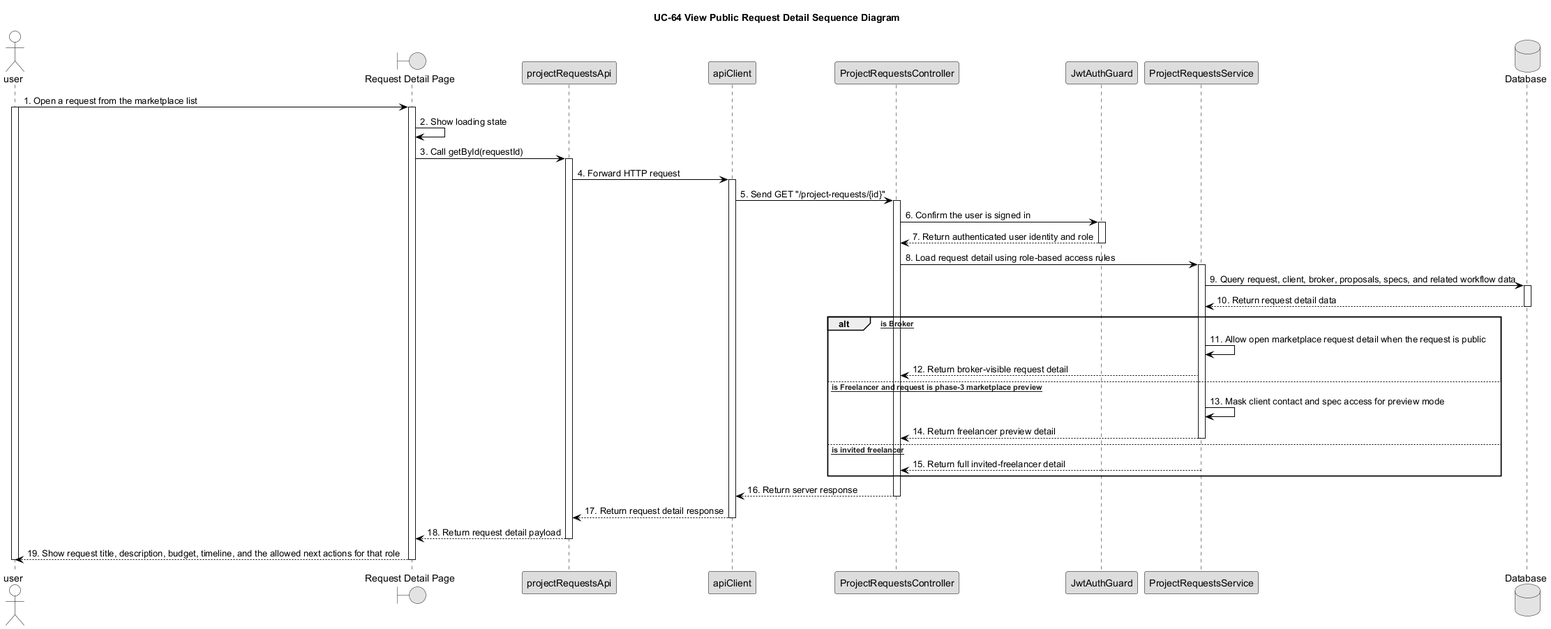
This is diagram/sequence/UC64_View_Public_Request_Detail_Sequence_Diagram.png from bangdcce/SEP492-Project, a PlantUML export, as it was before one commit.
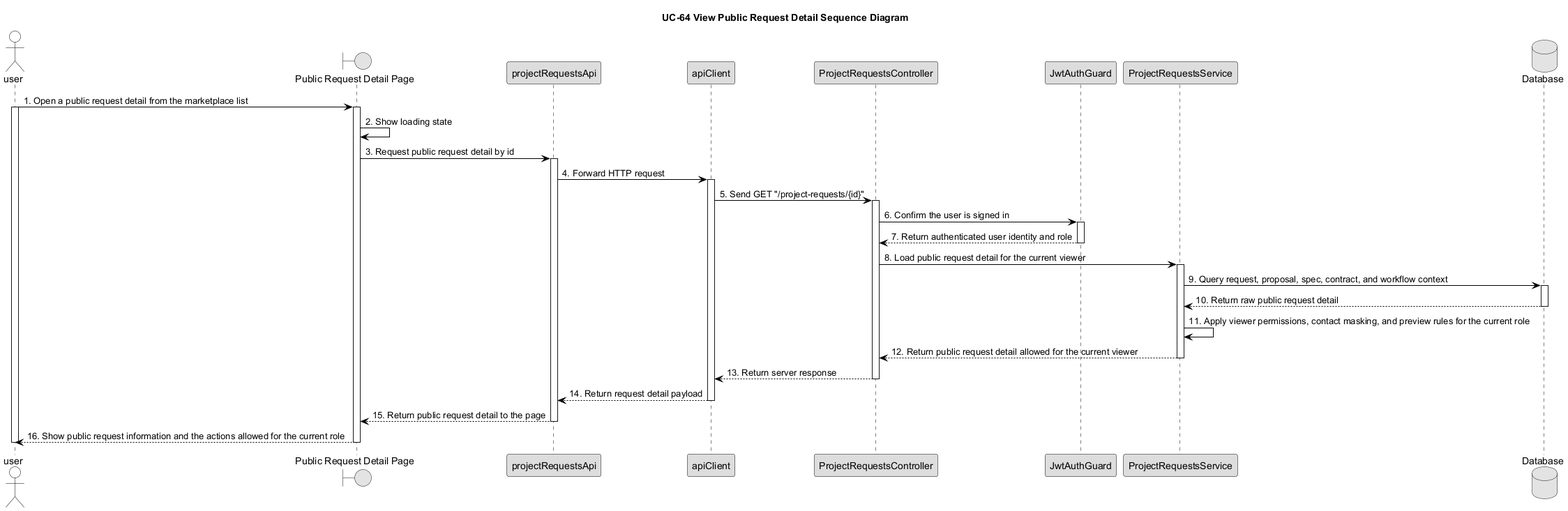
After the commit.

What changed in the source:
```diff
@@ -4,11 +4,7 @@
 
 skinparam monochrome true
 
-
-
 skinparam defaultFontColor Black
-
-
 
 skinparam shadowing false
 
@@ -16,61 +12,35 @@
 
 skinparam sequence {
 
-
-
     ArrowColor Black
-
-
 
     LifeLineBorderColor Black
 
-
-
     LifeLineBackgroundColor White
-
-
 
     ParticipantBorderColor Black
 
-
-
     ParticipantBackgroundColor #DDDDDD
-
-
 
     ParticipantFontColor Black
 
-
-
     ActorBorderColor Black
-
-
 
     ActorBackgroundColor White
 
-
-
     ActorFontColor Black
-
-
 
     GroupHeaderFontColor Black
 
-
-
     GroupHeaderBackgroundColor White
-
-
 
     GroupBodyBackgroundColor White
 
+    GroupBorderColor Black
+
+}
 
 
-    GroupBorderColor Black
-
-
-
-}
 
 
 
@@ -80,187 +50,83 @@
 
 actor user
 
-
-
-boundary "Request Detail Page" as Page
-
-
+boundary "Public Request Detail Page" as Page
 
 participant "projectRequestsApi" as RequestsAPI
 
-
-
 participant "apiClient" as ApiClient
-
-
 
 participant "ProjectRequestsController" as Controller
 
-
-
 participant "JwtAuthGuard" as JWTGuard
 
-
-
 participant "ProjectRequestsService" as Service
-
-
 
 database "Database" as DB
 
 
 
-user -> Page : 1. Open a request from the marketplace list
-
-
+user -> Page : 1. Open a public request detail from the marketplace list
 
 activate user
 
-
-
 activate Page
-
-
 
 Page -> Page : 2. Show loading state
 
-
-
-Page -> RequestsAPI : 3. Call getById(requestId)
-
-
+Page -> RequestsAPI : 3. Request public request detail by id
 
 activate RequestsAPI
 
-
-
 RequestsAPI -> ApiClient : 4. Forward HTTP request
-
-
 
 activate ApiClient
 
-
-
 ApiClient -> Controller : 5. Send GET "/project-requests/{id}"
-
-
 
 activate Controller
 
-
-
 Controller -> JWTGuard : 6. Confirm the user is signed in
-
-
 
 activate JWTGuard
 
-
-
 JWTGuard --> Controller : 7. Return authenticated user identity and role
-
-
 
 deactivate JWTGuard
 
-
-
-Controller -> Service : 8. Load request detail using role-based access rules
-
-
+Controller -> Service : 8. Load public request detail for the current viewer
 
 activate Service
 
-
-
-Service -> DB : 9. Query request, client, broker, proposals, specs, and related workflow data
-
-
+Service -> DB : 9. Query request, proposal, spec, contract, and workflow context
 
 activate DB
 
-
-
-DB --> Service : 10. Return request detail data
-
-
+DB --> Service : 10. Return raw public request detail
 
 deactivate DB
 
+Service -> Service : 11. Apply viewer permissions, contact masking, and preview rules for the current role
 
+Service --> Controller : 12. Return public request detail allowed for the current viewer
 
-alt [User is Broker]
+deactivate Service
 
-
-
-    Service -> Service : 11. Allow open marketplace request detail when the request is public
-
-
-
-    Service --> Controller : 12. Return broker-visible request detail
-
-
-
-else [User is Freelancer and request is phase-3 marketplace preview]
-
-
-
-    Service -> Service : 13. Mask client contact and spec access for preview mode
-
-
-
-    Service --> Controller : 14. Return freelancer preview detail
-
-
-
-    deactivate Service
-
-
-
-else [User is invited freelancer]
-
-
-
-    Service --> Controller : 15. Return full invited-freelancer detail
-
-
-
-end
-
-
-
-Controller --> ApiClient : 16. Return server response
-
-
+Controller --> ApiClient : 13. Return server response
 
 deactivate Controller
 
-
-
-ApiClient --> RequestsAPI : 17. Return request detail response
-
-
+ApiClient --> RequestsAPI : 14. Return request detail payload
 
 deactivate ApiClient
 
-
-
-RequestsAPI --> Page : 18. Return request detail payload
-
-
+RequestsAPI --> Page : 15. Return public request detail to the page
 
 deactivate RequestsAPI
 
+Page --> user : 16. Show public request information and the actions allowed for the current role
 
-
-Page --> user : 19. Show request title, description, budget, timeline, and the allowed next actions for that role
-
-
-
-deactivate Page
-
-
+Deactivate Page
 
 deactivate user
 
```
